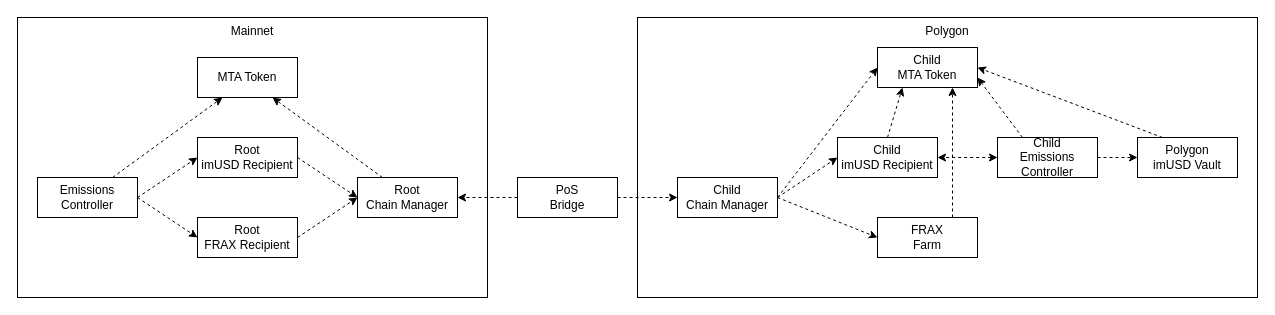
Above: page "indirect" (1 of 2) of emissions/polygonContractDependencies.drawio in mstable/mStable-process-docs (draw.io), before the change. Source tidied: cells renumbered, new cells numbered last; positions are measured from the earlier drawing's top-left corner, leaving out a move shared by most shapes. Both pictures are drawn from the tidied source at 100%, with x=0, y=0 at pixel (17, 17).
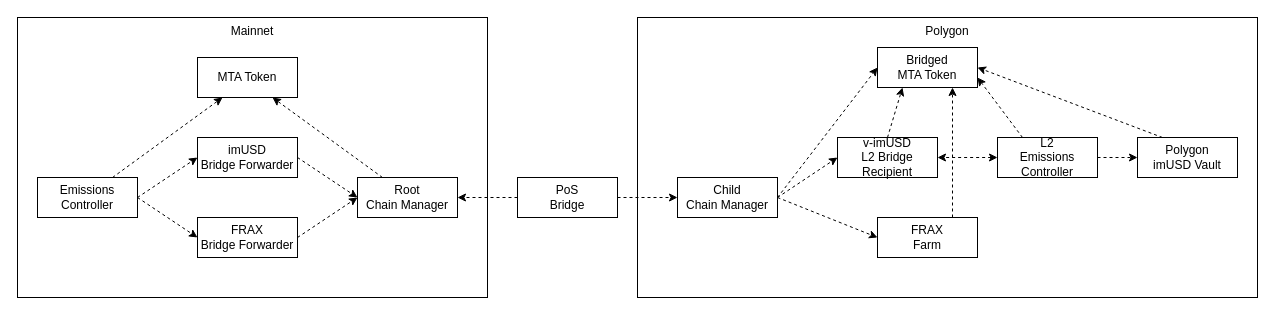
The same page after the edit.

Commit message (it also covers changes not shown here):
feat: latest Emission Controller diagrams

The edit, as a diff of the source:
```diff
@@
-    <mxCell id="10" value="Child&lt;br&gt;imUSD Recipient" style="rounded=0;whiteSpace=wrap;html=1;" parent="1" vertex="1">
+    <mxCell id="10" value="v-imUSD&lt;br&gt;L2 Bridge Recipient" style="rounded=0;whiteSpace=wrap;html=1;" parent="1" vertex="1">
       <mxGeometry x="820" y="120" width="100" height="40" as="geometry" />
     </mxCell>
@@
-    <mxCell id="18" value="Root&lt;br&gt;imUSD Recipient" style="rounded=0;whiteSpace=wrap;html=1;" parent="1" vertex="1">
+    <mxCell id="18" value="imUSD&lt;br&gt;Bridge Forwarder" style="rounded=0;whiteSpace=wrap;html=1;" parent="1" vertex="1">
       <mxGeometry x="180" y="120" width="100" height="40" as="geometry" />
     </mxCell>
@@
-    <mxCell id="20" value="Root&lt;br&gt;FRAX Recipient" style="rounded=0;whiteSpace=wrap;html=1;" parent="1" vertex="1">
+    <mxCell id="20" value="FRAX&lt;br&gt;Bridge Forwarder" style="rounded=0;whiteSpace=wrap;html=1;" parent="1" vertex="1">
       <mxGeometry x="180" y="200" width="100" height="40" as="geometry" />
     </mxCell>
@@
-    <mxCell id="26" value="Child&lt;br&gt;MTA Token" style="rounded=0;whiteSpace=wrap;html=1;" parent="1" vertex="1">
+    <mxCell id="26" value="Bridged&lt;br&gt;MTA Token" style="rounded=0;whiteSpace=wrap;html=1;" parent="1" vertex="1">
       <mxGeometry x="860" y="30" width="100" height="40" as="geometry" />
     </mxCell>
@@
-    <mxCell id="30" value="Child&lt;br&gt;Emissions Controller" style="rounded=0;whiteSpace=wrap;html=1;" parent="1" vertex="1">
+    <mxCell id="30" value="L2&lt;br&gt;Emissions Controller" style="rounded=0;whiteSpace=wrap;html=1;" parent="1" vertex="1">
       <mxGeometry x="980" y="120" width="100" height="40" as="geometry" />
     </mxCell>
```
